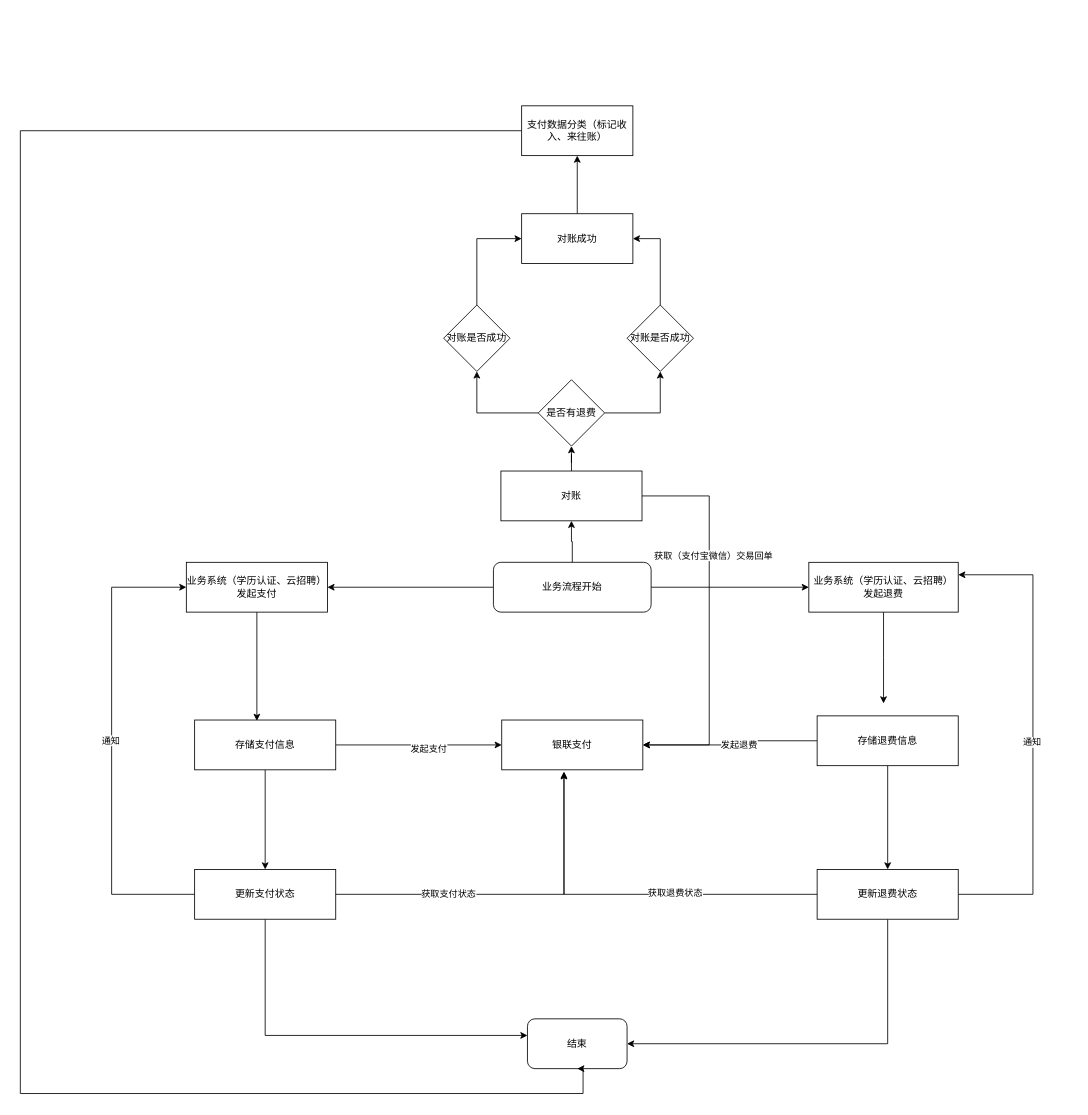
Before: 财务系统数据流程图2.drawio in zhangfengman/autoJs, a draw.io diagram. Source tidied: cells renumbered, new cells numbered last; positions are measured from the earlier drawing's top-left corner, leaving out a move shared by most shapes. Both pictures are drawn from the tidied source at 83%, with x=0, y=0 at pixel (20, 105).
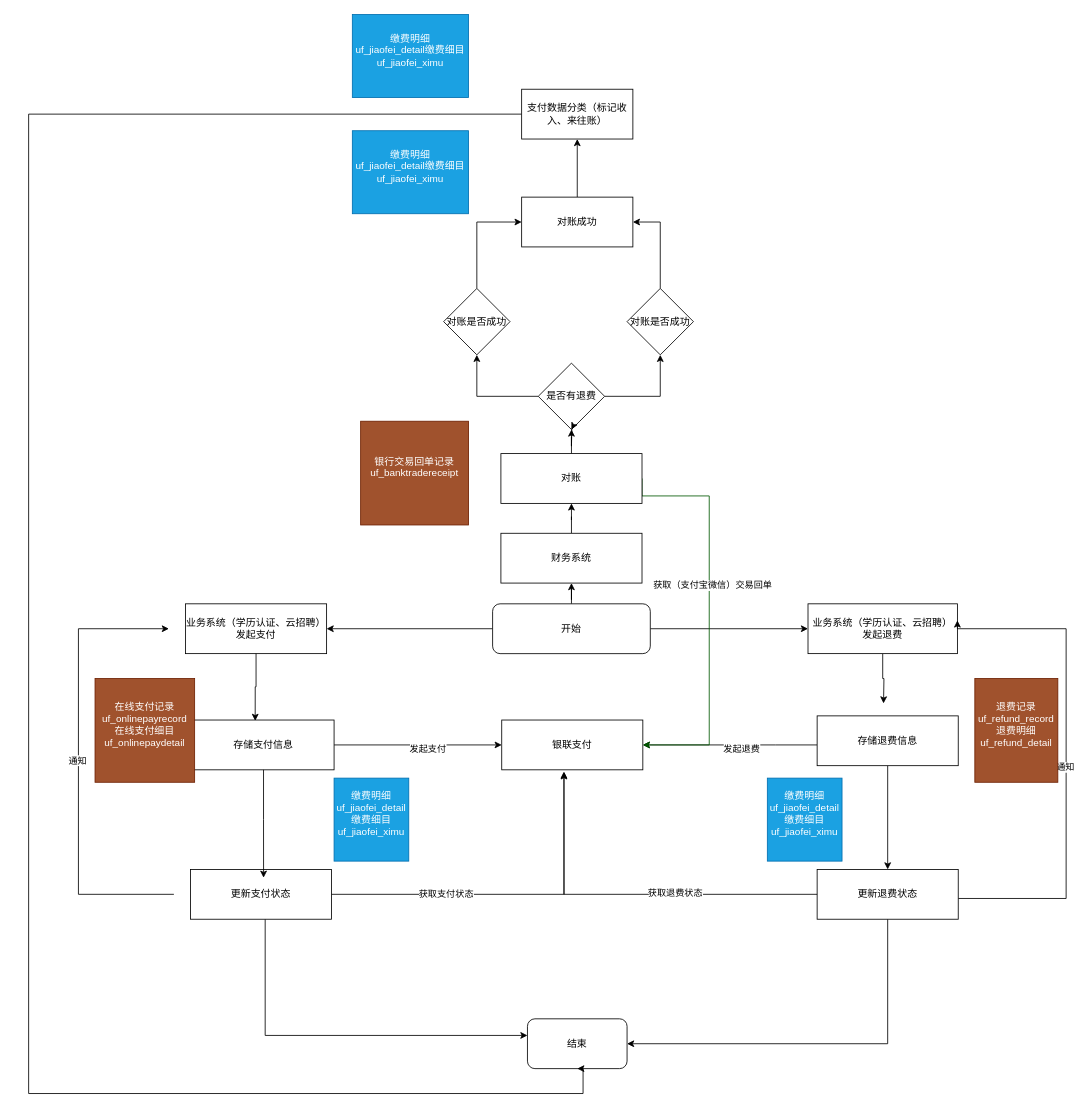
Above is the later version.

Commit message:
更新财务系统数据流程图2.drawio

Unchanged cells that the change refers to:
```xml
<mxCell id="9" value="银联支付" style="rounded=0;whiteSpace=wrap;html=1;" parent="1" vertex="1">
  <mxGeometry x="580" y="740" width="170" height="60" as="geometry" />
</mxCell>
<mxCell id="18" value="结束" style="rounded=1;whiteSpace=wrap;html=1;" parent="1" vertex="1">
  <mxGeometry x="611" y="1100" width="120" height="60" as="geometry" />
</mxCell>
<mxCell id="22" value="存储退费信息" style="rounded=0;whiteSpace=wrap;html=1;" parent="1" vertex="1">
  <mxGeometry x="960" y="735" width="170" height="60" as="geometry" />
</mxCell>
<mxCell id="37" value="更新退费状态" style="rounded=0;whiteSpace=wrap;html=1;" parent="1" vertex="1">
  <mxGeometry x="960" y="920" width="170" height="60" as="geometry" />
</mxCell>
```

What changed in the source:
```diff
@@
-    <mxCell id="4" style="edgeStyle=orthogonalEdgeStyle;rounded=0;jettySize=auto;html=1;" parent="1" edge="1" source="5" target="46">
-      <mxGeometry relative="1" as="geometry" />
-    </mxCell>
+    <mxCell id="47" style="edgeStyle=orthogonalEdgeStyle;rounded=0;jettySize=auto;html=1;" parent="1" edge="1" source="5" target="50">
+      <mxGeometry relative="1" as="geometry" />
+    </mxCell>
-    <mxCell id="5" value="业务流程开始" style="rounded=1;whiteSpace=wrap;html=1;" parent="1" vertex="1">
-      <mxGeometry x="570" y="550" width="190" height="60" as="geometry" />
+    <mxCell id="5" value="开始" style="rounded=1;whiteSpace=wrap;html=1;" parent="1" vertex="1">
+      <mxGeometry x="569" y="600" width="190" height="60" as="geometry" />
     </mxCell>
@@
     <mxCell id="7" value="业务系统（学历认证、云招聘）发起退费" style="rounded=0;whiteSpace=wrap;html=1;" parent="1" vertex="1">
-      <mxGeometry x="950" y="550" width="180" height="60" as="geometry" />
+      <mxGeometry x="949" y="600" width="180" height="60" as="geometry" />
     </mxCell>
     <mxCell id="8" value="业务系统（学历认证、云招聘）发起支付" style="rounded=0;whiteSpace=wrap;html=1;" parent="1" vertex="1">
-      <mxGeometry x="200" y="550" width="170" height="60" as="geometry" />
+      <mxGeometry x="199" y="600" width="170" height="60" as="geometry" />
     </mxCell>
@@
-    <mxCell id="12" style="edgeStyle=orthogonalEdgeStyle;rounded=0;jettySize=auto;html=1;entryX=0.5;entryY=0;entryDx=0;entryDy=0;" parent="1" edge="1" source="13" target="17">
-      <mxGeometry relative="1" as="geometry" />
-    </mxCell>
     <mxCell id="13" value="存储支付信息" style="rounded=0;whiteSpace=wrap;html=1;" parent="1" vertex="1">
-      <mxGeometry x="210" y="740" width="170" height="60" as="geometry" />
+      <mxGeometry x="208" y="740" width="170" height="60" as="geometry" />
     </mxCell>
@@
-    <mxCell id="15" style="edgeStyle=orthogonalEdgeStyle;rounded=0;jettySize=auto;html=1;entryX=0;entryY=0.5;entryDx=0;entryDy=0;" parent="1" edge="1" source="17" target="8">
+    <mxCell id="15" style="edgeStyle=orthogonalEdgeStyle;rounded=0;orthogonalLoop=1;jettySize=auto;html=1;entryX=0;entryY=0.5;entryDx=0;entryDy=0;" parent="1" edge="1">
       <mxGeometry relative="1" as="geometry">
+        <mxPoint x="185" y="950" as="sourcePoint" />
+        <mxPoint x="179" y="630" as="targetPoint" />
         <Array as="points">
-          <mxPoint x="110" y="950" />
-          <mxPoint x="110" y="580" />
+          <mxPoint x="70" y="950" />
+          <mxPoint x="70" y="630" />
         </Array>
       </mxGeometry>
     </mxCell>
@@
     <mxCell id="17" value="更新支付状态" style="rounded=0;whiteSpace=wrap;html=1;" parent="1" vertex="1">
-      <mxGeometry x="210" y="920" width="170" height="60" as="geometry" />
+      <mxGeometry x="205" y="920" width="170" height="60" as="geometry" />
     </mxCell>
@@
     <mxCell id="19" style="edgeStyle=orthogonalEdgeStyle;rounded=0;jettySize=auto;html=1;entryX=1;entryY=0.5;entryDx=0;entryDy=0;" parent="1" edge="1" source="22" target="9">
-      <mxGeometry relative="1" as="geometry" />
+      <mxGeometry relative="1" as="geometry">
+        <Array as="points">
+          <mxPoint x="910" y="770" />
+          <mxPoint x="910" y="770" />
+        </Array>
+      </mxGeometry>
     </mxCell>
@@
     <mxCell id="23" style="edgeStyle=orthogonalEdgeStyle;rounded=0;jettySize=auto;html=1;entryX=0.5;entryY=1;entryDx=0;entryDy=0;" parent="1" edge="1" source="24" target="18">
       <mxGeometry relative="1" as="geometry">
         <Array as="points">
-          <mxPoint y="30" />
-          <mxPoint y="1190" />
+          <mxPoint x="10" y="10" />
+          <mxPoint x="10" y="1190" />
           <mxPoint x="678" y="1190" />
           <mxPoint x="678" y="1160" />
         </Array>
       </mxGeometry>
     </mxCell>
     <mxCell id="24" value="支付数据分类（标记收入、来往账）" style="rounded=0;whiteSpace=wrap;html=1;" parent="1" vertex="1">
-      <mxGeometry x="604" width="134" height="60" as="geometry" />
+      <mxGeometry x="604" y="-20" width="134" height="60" as="geometry" />
     </mxCell>
@@
     <mxCell id="27" value="是否有退费" style="rhombus;whiteSpace=wrap;html=1;" parent="1" vertex="1">
-      <mxGeometry x="624" y="330" width="80" height="80" as="geometry" />
+      <mxGeometry x="624" y="310" width="80" height="80" as="geometry" />
     </mxCell>
@@
     <mxCell id="29" value="对账成功" style="rounded=0;whiteSpace=wrap;html=1;" parent="1" vertex="1">
-      <mxGeometry x="604" y="130" width="134" height="60" as="geometry" />
+      <mxGeometry x="604" y="110" width="134" height="60" as="geometry" />
     </mxCell>
     <mxCell id="30" style="edgeStyle=orthogonalEdgeStyle;rounded=0;jettySize=auto;html=1;entryX=0;entryY=0.5;entryDx=0;entryDy=0;exitX=0.5;exitY=0;exitDx=0;exitDy=0;" parent="1" edge="1" source="31" target="29">
       <mxGeometry relative="1" as="geometry">
         <Array as="points">
-          <mxPoint x="550" y="160" />
+          <mxPoint x="550" y="140" />
         </Array>
       </mxGeometry>
     </mxCell>
     <mxCell id="31" value="对账是否成功" style="rhombus;whiteSpace=wrap;html=1;" parent="1" vertex="1">
-      <mxGeometry x="510" y="240" width="80" height="80" as="geometry" />
+      <mxGeometry x="510" y="220" width="80" height="80" as="geometry" />
     </mxCell>
     <mxCell id="32" style="edgeStyle=orthogonalEdgeStyle;rounded=0;jettySize=auto;html=1;" parent="1" edge="1" source="33" target="29">
       <mxGeometry relative="1" as="geometry">
         <Array as="points">
-          <mxPoint x="771" y="160" />
+          <mxPoint x="771" y="140" />
         </Array>
       </mxGeometry>
     </mxCell>
     <mxCell id="33" value="对账是否成功" style="rhombus;whiteSpace=wrap;html=1;" parent="1" vertex="1">
-      <mxGeometry x="731" y="240" width="80" height="80" as="geometry" />
+      <mxGeometry x="731" y="220" width="80" height="80" as="geometry" />
     </mxCell>
@@
-    <mxCell id="35" style="edgeStyle=orthogonalEdgeStyle;rounded=0;jettySize=auto;html=1;entryX=1;entryY=0.25;entryDx=0;entryDy=0;" parent="1" edge="1" source="37" target="7">
+    <mxCell id="35" style="edgeStyle=orthogonalEdgeStyle;rounded=0;orthogonalLoop=1;jettySize=auto;html=1;entryX=1;entryY=0.25;entryDx=0;entryDy=0;" parent="1" edge="1">
       <mxGeometry relative="1" as="geometry">
+        <mxPoint x="1130" y="955" as="sourcePoint" />
+        <mxPoint x="1129" y="620" as="targetPoint" />
         <Array as="points">
-          <mxPoint x="1220" y="950" />
-          <mxPoint x="1220" y="565" />
+          <mxPoint x="1260" y="955" />
+          <mxPoint x="1260" y="630" />
+          <mxPoint x="1129" y="630" />
         </Array>
       </mxGeometry>
     </mxCell>
@@
-    <mxCell id="43" style="edgeStyle=orthogonalEdgeStyle;rounded=0;jettySize=auto;html=1;" parent="1" edge="1" source="46" target="27">
-      <mxGeometry relative="1" as="geometry" />
+    <mxCell id="43" style="edgeStyle=orthogonalEdgeStyle;rounded=0;jettySize=auto;html=1;" parent="1" edge="1" target="27">
+      <mxGeometry relative="1" as="geometry">
+        <mxPoint x="664" y="409" as="sourcePoint" />
+      </mxGeometry>
     </mxCell>
-    <mxCell id="44" style="edgeStyle=orthogonalEdgeStyle;rounded=0;jettySize=auto;html=1;exitX=1;exitY=0.5;exitDx=0;exitDy=0;" parent="1" edge="1" source="46" target="9">
+    <mxCell id="44" style="edgeStyle=orthogonalEdgeStyle;rounded=0;jettySize=auto;html=1;exitX=1;exitY=0.5;exitDx=0;exitDy=0;fillColor=#008a00;strokeColor=#005700;" parent="1" edge="1" source="46" target="9">
       <mxGeometry relative="1" as="geometry">
         <Array as="points">
           <mxPoint x="830" y="470" />
           <mxPoint x="830" y="770" />
         </Array>
       </mxGeometry>
     </mxCell>
     <mxCell id="45" value="获取（支付宝微信）交易回单" style="edgeLabel;html=1;align=center;verticalAlign=middle;" parent="44" vertex="1">
-      <mxGeometry x="-0.34" y="4" relative="1" as="geometry" />
+      <mxGeometry x="-0.34" y="4" relative="1" as="geometry">
+        <mxPoint x="-1" y="50" as="offset" />
+      </mxGeometry>
     </mxCell>
+    <mxCell id="48" style="edgeStyle=orthogonalEdgeStyle;rounded=0;jettySize=auto;html=1;" parent="1" edge="1" source="46" target="27">
+      <mxGeometry relative="1" as="geometry" />
+    </mxCell>
     <mxCell id="46" value="对账" style="rounded=0;whiteSpace=wrap;html=1;" parent="1" vertex="1">
-      <mxGeometry x="579" y="440" width="170" height="60" as="geometry" />
+      <mxGeometry x="579" y="419" width="170" height="60" as="geometry" />
     </mxCell>
+    <mxCell id="49" style="edgeStyle=orthogonalEdgeStyle;rounded=0;jettySize=auto;html=1;entryX=0.5;entryY=1;entryDx=0;entryDy=0;" parent="1" edge="1" source="50" target="46">
+      <mxGeometry relative="1" as="geometry" />
+    </mxCell>
+    <mxCell id="50" value="财务系统" style="rounded=0;whiteSpace=wrap;html=1;" parent="1" vertex="1">
+      <mxGeometry x="579" y="515" width="170" height="60" as="geometry" />
+    </mxCell>
+    <mxCell id="12" style="edgeStyle=orthogonalEdgeStyle;rounded=0;jettySize=auto;html=1;entryX=0.518;entryY=0.167;entryDx=0;entryDy=0;entryPerimeter=0;" parent="1" edge="1" source="13" target="17">
+      <mxGeometry relative="1" as="geometry" />
+    </mxCell>
+    <mxCell id="51" value="&lt;div&gt;在线支付记录&lt;br&gt;&lt;/div&gt;&lt;div&gt;uf_onlinepayrecord&lt;/div&gt;&lt;div&gt;在线支付细目&lt;/div&gt;&lt;div&gt;uf_onlinepaydetail&lt;br&gt;&lt;div&gt;&lt;br&gt;&lt;/div&gt;&lt;/div&gt;" style="text;html=1;align=center;verticalAlign=middle;whiteSpace=wrap;rounded=0;fillColor=#a0522d;fontColor=#ffffff;strokeColor=#6D1F00;" parent="1" vertex="1">
+      <mxGeometry x="90" y="690" width="120" height="125" as="geometry" />
+    </mxCell>
+    <mxCell id="52" value="&lt;div&gt;退费记录&lt;br&gt;&lt;/div&gt;&lt;div&gt;uf_refund_record&lt;/div&gt;&lt;div&gt;退费明细&lt;br&gt;&lt;/div&gt;&lt;div&gt;uf_refund_detail&lt;br&gt;&lt;div&gt;&lt;br&gt;&lt;/div&gt;&lt;/div&gt;" style="text;html=1;align=center;verticalAlign=middle;whiteSpace=wrap;rounded=0;fillColor=#a0522d;fontColor=#ffffff;strokeColor=#6D1F00;" parent="1" vertex="1">
+      <mxGeometry x="1150" y="690" width="100" height="125" as="geometry" />
+    </mxCell>
+    <mxCell id="53" value="&lt;div&gt;缴费明细&lt;br&gt;&lt;/div&gt;&lt;div&gt;uf_jiaofei_detail缴费细目&lt;/div&gt;&lt;div&gt;uf_jiaofei_ximu&lt;br&gt;&lt;/div&gt;&lt;div&gt;&lt;div&gt;&lt;br&gt;&lt;/div&gt;&lt;/div&gt;" style="text;html=1;align=center;verticalAlign=middle;whiteSpace=wrap;rounded=0;fillColor=#1ba1e2;fontColor=#ffffff;strokeColor=#006EAF;" parent="1" vertex="1">
+      <mxGeometry x="378" y="810" width="90" height="100" as="geometry" />
+    </mxCell>
+    <mxCell id="54" value="&lt;div&gt;缴费明细&lt;br&gt;&lt;/div&gt;&lt;div&gt;uf_jiaofei_detail缴费细目&lt;/div&gt;&lt;div&gt;uf_jiaofei_ximu&lt;br&gt;&lt;/div&gt;&lt;div&gt;&lt;div&gt;&lt;br&gt;&lt;/div&gt;&lt;/div&gt;" style="text;html=1;align=center;verticalAlign=middle;whiteSpace=wrap;rounded=0;fillColor=#1ba1e2;fontColor=#ffffff;strokeColor=#006EAF;" parent="1" vertex="1">
+      <mxGeometry x="900" y="810" width="90" height="100" as="geometry" />
+    </mxCell>
+    <mxCell id="55" value="银行交易回单记录&lt;div&gt;uf_banktradereceipt&lt;br&gt;&lt;/div&gt;&lt;div&gt;&lt;br&gt;&lt;/div&gt;" style="text;html=1;align=center;verticalAlign=middle;whiteSpace=wrap;rounded=0;fillColor=#a0522d;fontColor=#ffffff;strokeColor=#6D1F00;" parent="1" vertex="1">
+      <mxGeometry x="410" y="380" width="130" height="125" as="geometry" />
+    </mxCell>
+    <mxCell id="56" value="&lt;div&gt;缴费明细&lt;br&gt;&lt;/div&gt;&lt;div&gt;uf_jiaofei_detail缴费细目&lt;/div&gt;&lt;div&gt;uf_jiaofei_ximu&lt;br&gt;&lt;/div&gt;&lt;div&gt;&lt;div&gt;&lt;br&gt;&lt;/div&gt;&lt;/div&gt;" style="text;html=1;align=center;verticalAlign=middle;whiteSpace=wrap;rounded=0;fillColor=#1ba1e2;fontColor=#ffffff;strokeColor=#006EAF;" parent="1" vertex="1">
+      <mxGeometry x="400" y="30" width="140" height="100" as="geometry" />
+    </mxCell>
+    <mxCell id="57" value="&lt;div&gt;缴费明细&lt;br&gt;&lt;/div&gt;&lt;div&gt;uf_jiaofei_detail缴费细目&lt;/div&gt;&lt;div&gt;uf_jiaofei_ximu&lt;br&gt;&lt;/div&gt;&lt;div&gt;&lt;div&gt;&lt;br&gt;&lt;/div&gt;&lt;/div&gt;" style="text;html=1;align=center;verticalAlign=middle;whiteSpace=wrap;rounded=0;fillColor=#1ba1e2;fontColor=#ffffff;strokeColor=#006EAF;" parent="1" vertex="1">
+      <mxGeometry x="400" y="-110" width="140" height="100" as="geometry" />
+    </mxCell>
```
